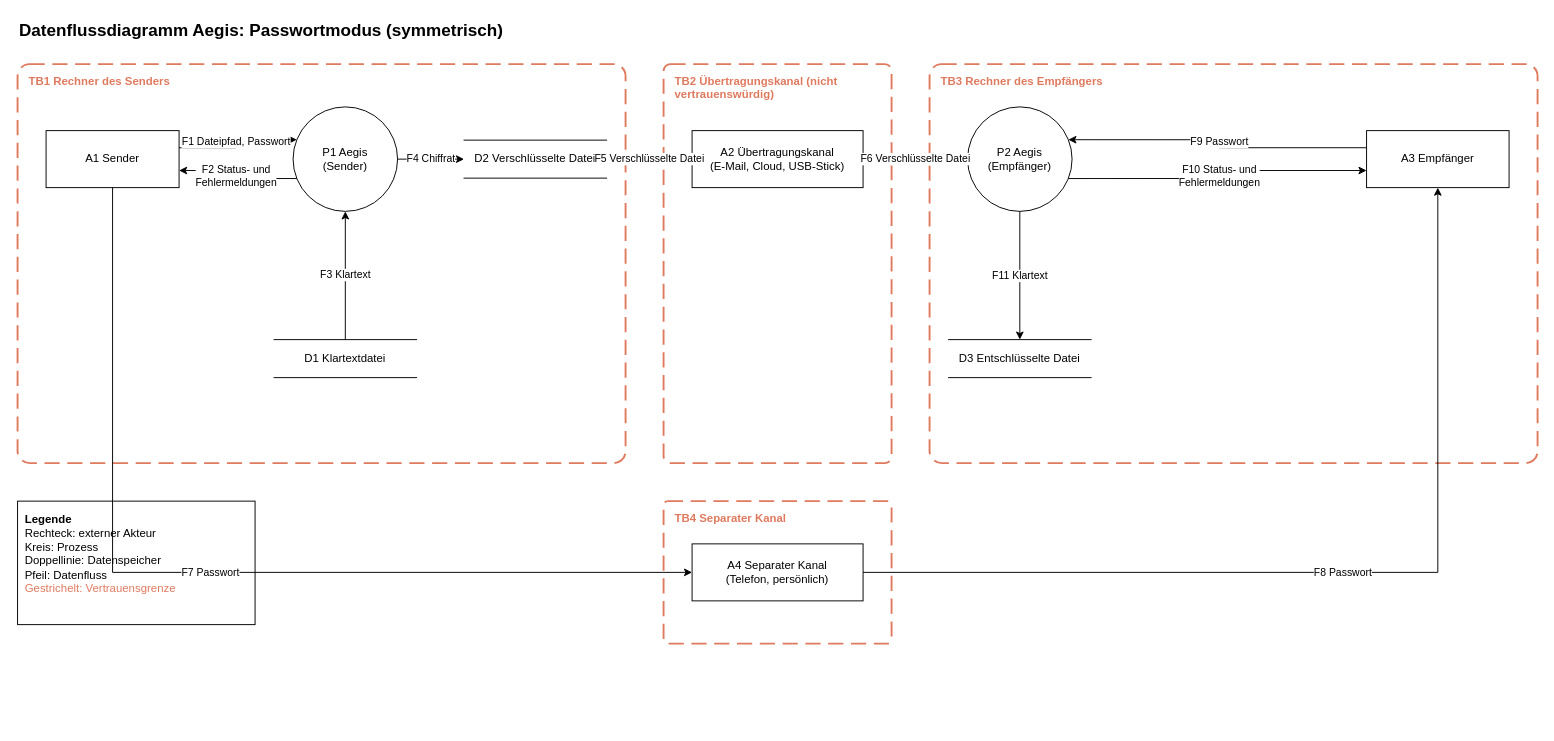
The draw.io diagram page "Passwortmodus" (1 of 2) of Bedrohungsmodell/Datenflussdiagramm.drawio in Lemnos-Labs/Aegis, before the edit. Source tidied: cells renumbered, new cells numbered last; positions are measured from the earlier drawing's top-left corner, leaving out a move shared by most shapes. Both pictures are drawn from the tidied source at 95%, with x=0, y=0 at pixel (17, 16).
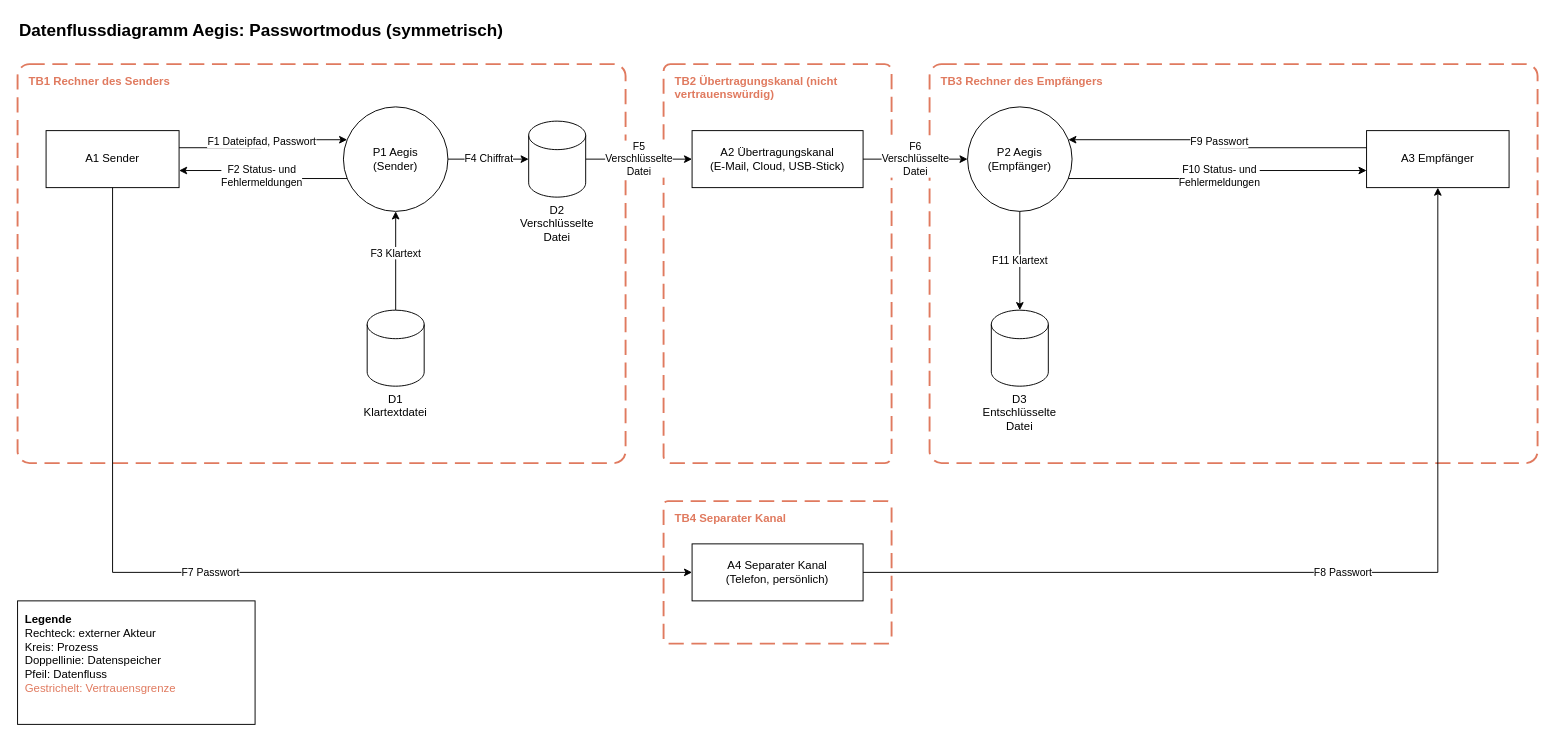
Above is the later version.

The change refers to these unchanged cells:
```xml
<mxCell id="11" value="A2 Übertragungskanal&lt;br&gt;(E-Mail, Cloud, USB-Stick)" style="rounded=0;whiteSpace=wrap;html=1;fillColor=none;" parent="1" vertex="1">
  <mxGeometry x="710" y="120" width="180" height="60" as="geometry" />
</mxCell>
<mxCell id="12" value="P2 Aegis&lt;br&gt;(Empfänger)" style="ellipse;whiteSpace=wrap;html=1;fillColor=none;" parent="1" vertex="1">
  <mxGeometry x="1000" y="95" width="110" height="110" as="geometry" />
</mxCell>
```

What changed in the source:
```diff
@@
     <mxCell id="8" value="P1 Aegis&lt;br&gt;(Sender)" style="ellipse;whiteSpace=wrap;html=1;fillColor=none;" parent="1" vertex="1">
-      <mxGeometry x="290" y="95" width="110" height="110" as="geometry" />
+      <mxGeometry x="343" y="95" width="110" height="110" as="geometry" />
     </mxCell>
-    <mxCell id="9" value="D1 Klartextdatei" style="shape=partialRectangle;whiteSpace=wrap;html=1;left=0;right=0;fillColor=none;" parent="1" vertex="1">
-      <mxGeometry x="270" y="340" width="150" height="40" as="geometry" />
-    </mxCell>
-    <mxCell id="10" value="D2 Verschlüsselte Datei" style="shape=partialRectangle;whiteSpace=wrap;html=1;left=0;right=0;fillColor=none;" parent="1" vertex="1">
-      <mxGeometry x="470" y="130" width="150" height="40" as="geometry" />
-    </mxCell>
@@
-    <mxCell id="13" value="D3 Entschlüsselte Datei" style="shape=partialRectangle;whiteSpace=wrap;html=1;left=0;right=0;fillColor=none;" parent="1" vertex="1">
-      <mxGeometry x="980" y="340" width="150" height="40" as="geometry" />
-    </mxCell>
@@
     <mxCell id="16" value="&lt;b&gt;Legende&lt;/b&gt;&lt;br&gt;Rechteck: externer Akteur&lt;br&gt;Kreis: Prozess&lt;br&gt;Doppellinie: Datenspeicher&lt;br&gt;Pfeil: Datenfluss&lt;br&gt;&lt;font color=&quot;#E07A5F&quot;&gt;Gestrichelt: Vertrauensgrenze&lt;/font&gt;" style="text;html=1;align=left;verticalAlign=top;whiteSpace=wrap;rounded=0;strokeColor=default;fillColor=none;spacing=8;fontSize=12;" parent="1" vertex="1">
-      <mxGeometry y="510" width="250" height="130" as="geometry" />
+      <mxGeometry y="615" width="250" height="130" as="geometry" />
     </mxCell>
@@
-    <mxCell id="19" value="F3 Klartext" style="edgeStyle=orthogonalEdgeStyle;rounded=0;html=1;endArrow=classic;endFill=1;labelBackgroundColor=default;fontSize=11;exitX=0.5;exitY=0;exitDx=0;exitDy=0;entryX=0.5;entryY=1;entryDx=0;entryDy=0;" parent="1" edge="1" source="9" target="8">
-      <mxGeometry relative="1" as="geometry" />
+    <mxCell id="19" value="F3 Klartext" style="edgeStyle=orthogonalEdgeStyle;rounded=0;html=1;endArrow=classic;endFill=1;labelBackgroundColor=default;fontSize=11;exitX=0.5;exitY=0;exitDx=0;exitDy=0;entryX=0.5;entryY=1;entryDx=0;entryDy=0;exitPerimeter=0;" parent="1" edge="1" source="9" target="8">
+      <mxGeometry x="0.15" relative="1" as="geometry" />
     </mxCell>
-    <mxCell id="20" value="F4 Chiffrat" style="edgeStyle=orthogonalEdgeStyle;rounded=0;html=1;endArrow=classic;endFill=1;labelBackgroundColor=default;fontSize=11;exitX=1;exitY=0.5;exitDx=0;exitDy=0;entryX=0;entryY=0.5;entryDx=0;entryDy=0;" parent="1" edge="1" source="8" target="10">
+    <mxCell id="20" value="F4 Chiffrat" style="edgeStyle=orthogonalEdgeStyle;rounded=0;html=1;endArrow=classic;endFill=1;labelBackgroundColor=default;fontSize=11;exitX=1;exitY=0.5;exitDx=0;exitDy=0;entryX=0;entryY=0.5;entryDx=0;entryDy=0;entryPerimeter=0;" parent="1" edge="1" source="8" target="10">
       <mxGeometry relative="1" as="geometry" />
     </mxCell>
-    <mxCell id="21" value="F5 Verschlüsselte Datei" style="edgeStyle=orthogonalEdgeStyle;rounded=0;html=1;endArrow=classic;endFill=1;labelBackgroundColor=default;fontSize=11;exitX=1;exitY=0.5;exitDx=0;exitDy=0;entryX=0;entryY=0.5;entryDx=0;entryDy=0;" parent="1" edge="1" source="10" target="11">
-      <mxGeometry relative="1" as="geometry" />
-    </mxCell>
-    <mxCell id="22" value="F6 Verschlüsselte Datei" style="edgeStyle=orthogonalEdgeStyle;rounded=0;html=1;endArrow=classic;endFill=1;labelBackgroundColor=default;fontSize=11;exitX=1;exitY=0.5;exitDx=0;exitDy=0;entryX=0;entryY=0.5;entryDx=0;entryDy=0;" parent="1" edge="1" source="11" target="12">
+    <mxCell id="22" value="F6&lt;div&gt;Verschlüsselte&lt;/div&gt;&lt;div&gt;Datei&lt;/div&gt;" style="edgeStyle=orthogonalEdgeStyle;rounded=0;html=1;endArrow=classic;endFill=1;labelBackgroundColor=default;fontSize=11;exitX=1;exitY=0.5;exitDx=0;exitDy=0;entryX=0;entryY=0.5;entryDx=0;entryDy=0;" parent="1" edge="1" source="11" target="12">
       <mxGeometry relative="1" as="geometry" />
     </mxCell>
@@
-    <mxCell id="27" value="F11 Klartext" style="edgeStyle=orthogonalEdgeStyle;rounded=0;html=1;endArrow=classic;endFill=1;labelBackgroundColor=default;fontSize=11;exitX=0.5;exitY=1;exitDx=0;exitDy=0;entryX=0.5;entryY=0;entryDx=0;entryDy=0;" parent="1" edge="1" source="12" target="13">
+    <mxCell id="27" value="F11 Klartext" style="edgeStyle=orthogonalEdgeStyle;rounded=0;html=1;endArrow=classic;endFill=1;labelBackgroundColor=default;fontSize=11;exitX=0.5;exitY=1;exitDx=0;exitDy=0;entryX=0.5;entryY=0;entryDx=0;entryDy=0;entryPerimeter=0;" parent="1" edge="1" source="12" target="13">
       <mxGeometry relative="1" as="geometry" />
     </mxCell>
+    <mxCell id="9" value="D1 Klartextdatei" style="shape=cylinder3;whiteSpace=wrap;html=1;boundedLbl=1;backgroundOutline=1;size=15;labelPosition=center;verticalLabelPosition=bottom;align=center;verticalAlign=top;" parent="1" vertex="1">
+      <mxGeometry x="368" y="309" width="60" height="80" as="geometry" />
+    </mxCell>
+    <mxCell id="21" value="F5&lt;div&gt;Verschlüsselte&lt;/div&gt;&lt;div&gt;Datei&lt;/div&gt;" style="edgeStyle=orthogonalEdgeStyle;rounded=0;jettySize=auto;html=1;entryX=0;entryY=0.5;entryDx=0;entryDy=0;" parent="1" edge="1" source="10" target="11">
+      <mxGeometry relative="1" as="geometry" />
+    </mxCell>
+    <mxCell id="10" value="D2 Verschlüsselte Datei" style="shape=cylinder3;whiteSpace=wrap;html=1;boundedLbl=1;backgroundOutline=1;size=15;labelPosition=center;verticalLabelPosition=bottom;align=center;verticalAlign=top;" parent="1" vertex="1">
+      <mxGeometry x="538" y="110" width="60" height="80" as="geometry" />
+    </mxCell>
+    <mxCell id="13" value="D3 Entschlüsselte Datei" style="shape=cylinder3;whiteSpace=wrap;html=1;boundedLbl=1;backgroundOutline=1;size=15;labelPosition=center;verticalLabelPosition=bottom;align=center;verticalAlign=top;" parent="1" vertex="1">
+      <mxGeometry x="1025" y="309" width="60" height="80" as="geometry" />
+    </mxCell>
```
